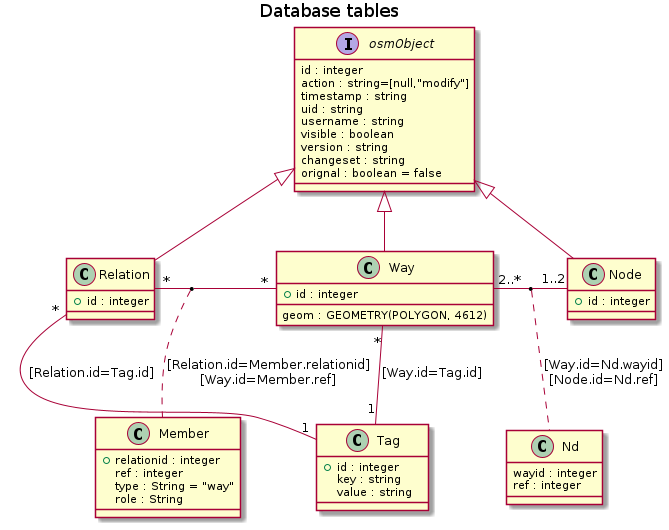
yuuhayashi/citygml-osm keeps this PlantUML diagram as doc/dbTables.png. Above is the earlier version.
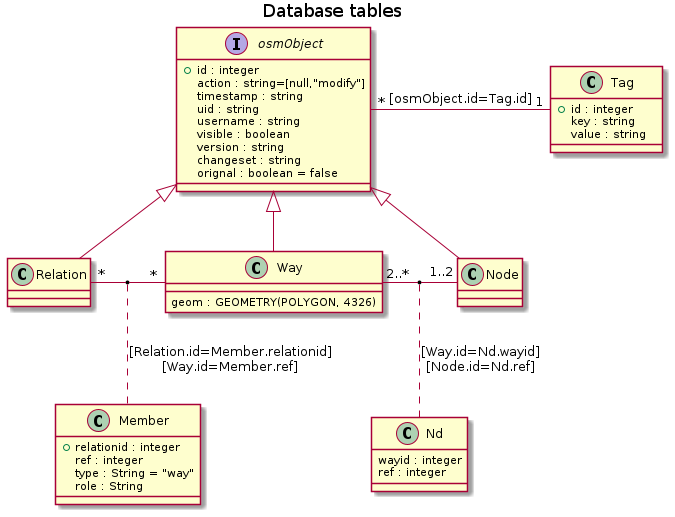
The same diagram one commit later.

Diff of the diagram source:
```diff
@@ -2,7 +2,7 @@
 title Database tables
 
 interface osmObject {
- id : integer
+ +id : integer
  action : string=[null,"modify"]
  timestamp : string
  uid : string
@@ -14,7 +14,6 @@
 }
 
 class Relation {
- +id : integer
 }
 
 class Member {
@@ -25,8 +24,7 @@
 }
 
 class Way {
- +id : integer
- geom : GEOMETRY(POLYGON, 4612)
+ geom : GEOMETRY(POLYGON, 4326)
 }
 
 class Nd {
@@ -35,7 +33,6 @@
 }
 
 class Node {
- +id : integer
 }
 
 class Tag {
@@ -47,13 +44,11 @@
 osmObject <|-- Relation
 osmObject <|-- Way
 osmObject <|-- Node
+osmObject "*" - "1" Tag : [osmObject.id=Tag.id]
 
 Relation "*" - "*" Way
 (Relation, Way) .. Member : [Relation.id=Member.relationid]\n[Way.id=Member.ref]
 
 Way "2..*" - "1..2" Node
 (Way, Node) .. Nd : [Way.id=Nd.wayid]\n[Node.id=Nd.ref]
-
-Relation "*" -- "1" Tag : [Relation.id=Tag.id]
-Way "*" -- "1" Tag : [Way.id=Tag.id]
 @enduml
```
